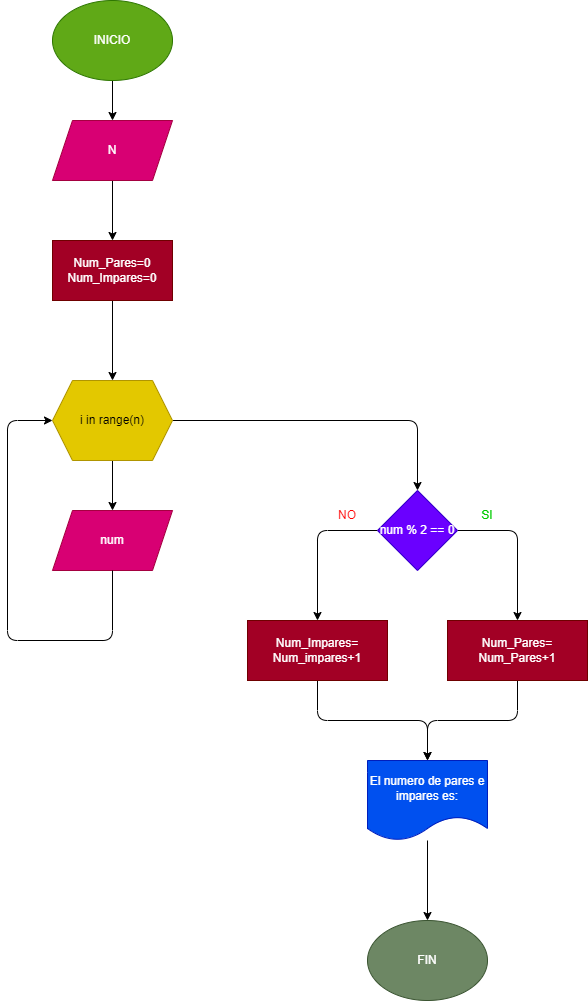
Above: ejercicio-1/diagrama.png in Steeven117/Ejercicio-for (draw.io), before the change. Source tidied: cells renumbered, new cells last; positions are measured from the earlier drawing's top-left corner, leaving out a move shared by most shapes.
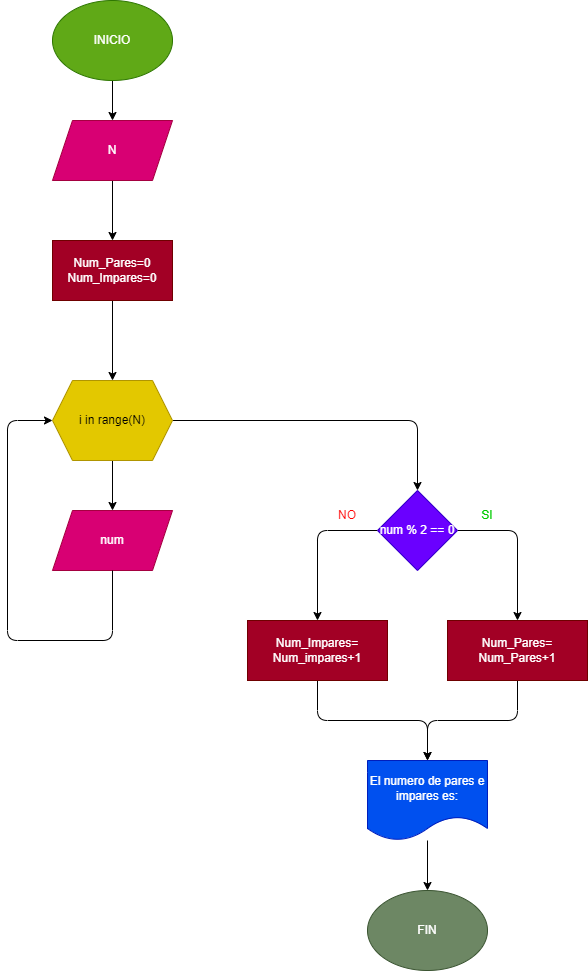
Later version of the same file.

Commit message:
Programa terminado

What changed in the source:
```diff
@@ -24,7 +24,7 @@
         </Array>
       </mxGeometry>
     </mxCell>
-    <mxCell id="8" value="i in range(n)" style="shape=hexagon;perimeter=hexagonPerimeter2;whiteSpace=wrap;html=1;fixedSize=1;fillColor=#e3c800;fontColor=#000000;strokeColor=#B09500;" parent="1" vertex="1">
+    <mxCell id="8" value="i in range(N)" style="shape=hexagon;perimeter=hexagonPerimeter2;whiteSpace=wrap;html=1;fixedSize=1;fillColor=#e3c800;fontColor=#000000;strokeColor=#B09500;" parent="1" vertex="1">
       <mxGeometry x="45" y="380" width="120" height="80" as="geometry" />
     </mxCell>
     <mxCell id="9" style="edgeStyle=none;html=1;entryX=0.5;entryY=0;entryDx=0;entryDy=0;" parent="1" edge="1" source="10" target="5">
@@ -97,7 +97,7 @@
       <mxGeometry x="360" y="760" width="120" height="80" as="geometry" />
     </mxCell>
     <mxCell id="24" value="FIN" style="ellipse;whiteSpace=wrap;html=1;fillColor=#6d8764;fontColor=#ffffff;strokeColor=#3A5431;" parent="1" vertex="1">
-      <mxGeometry x="360" y="920" width="120" height="80" as="geometry" />
+      <mxGeometry x="360" y="890" width="120" height="80" as="geometry" />
     </mxCell>
   </root>
 </mxGraphModel>
```
